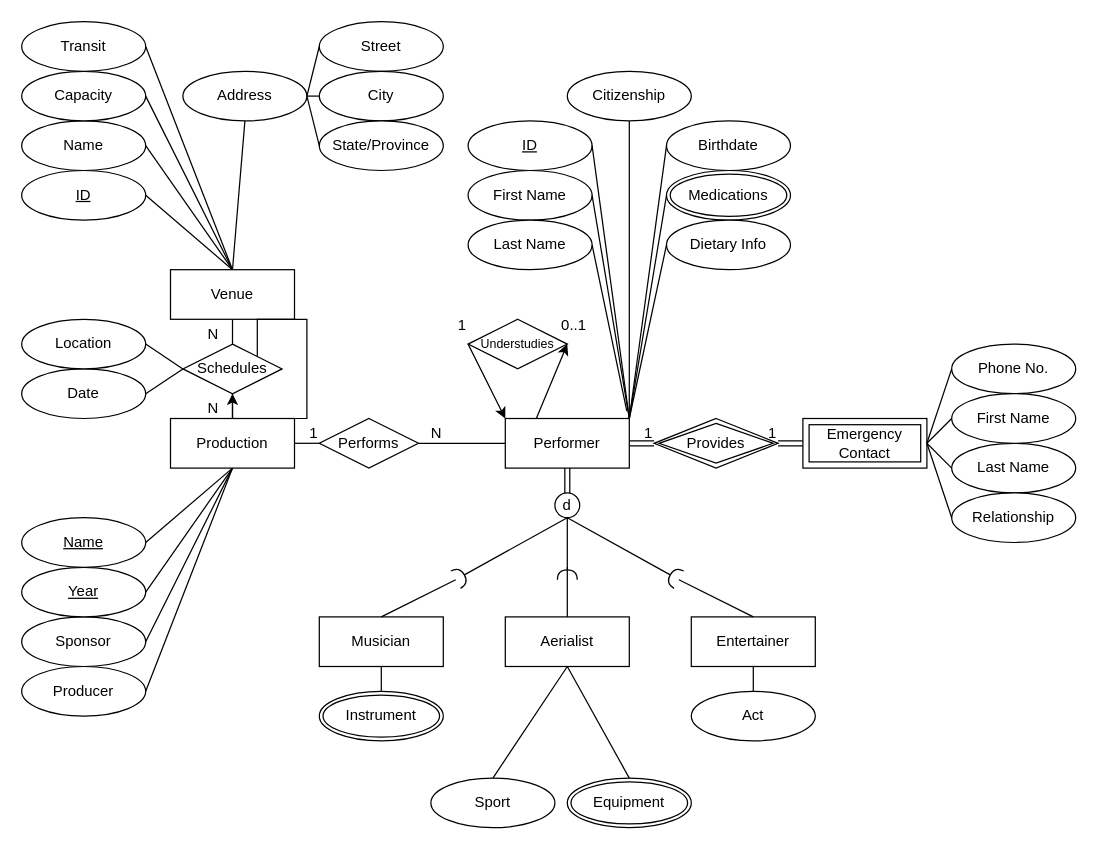
This is ER_Diagram.drawio from CA-Proc/ENSF608-Project, a draw.io file, before an edit. Source tidied: cells renumbered, new cells numbered last; positions are measured from the earlier drawing's top-left corner, leaving out a move shared by most shapes. Both pictures are drawn from the tidied source at 124%, with x=0, y=0 at pixel (21, 21).
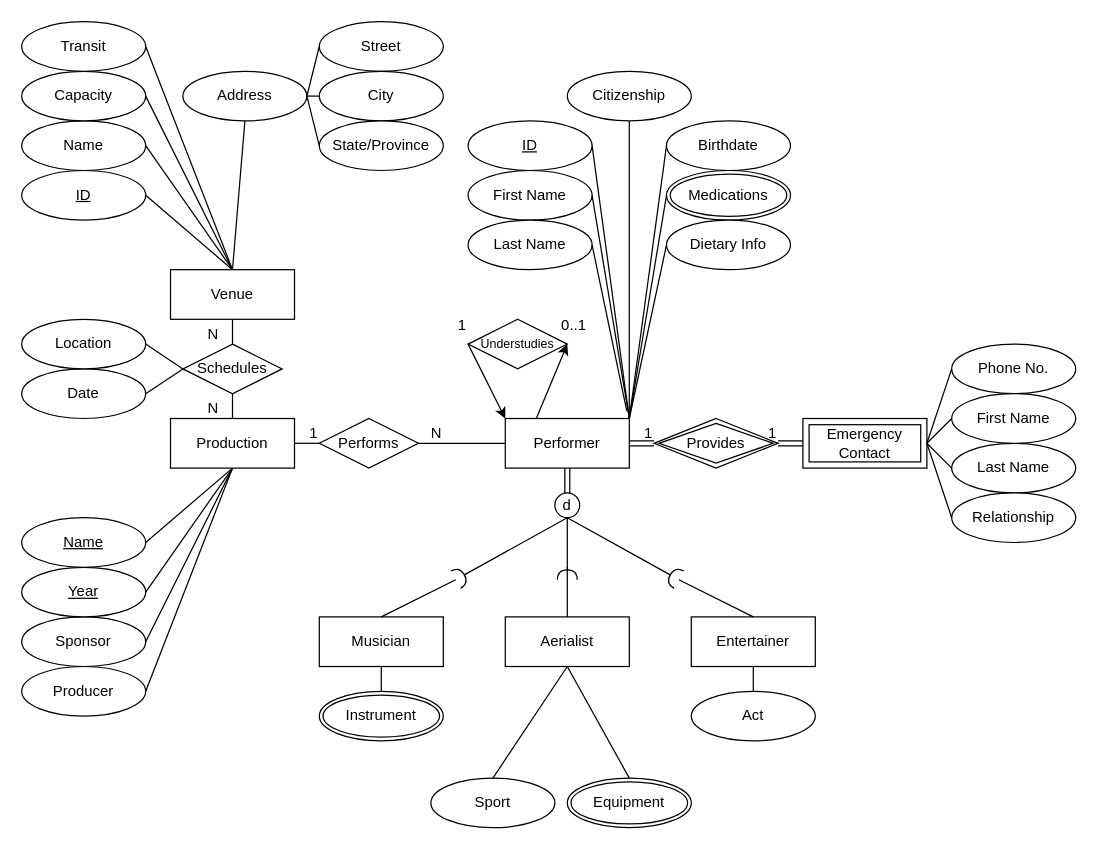
Above is the later version.

Unchanged cells that the change refers to:
```xml
<mxCell id="11" value="Schedules" style="shape=rhombus;perimeter=rhombusPerimeter;whiteSpace=wrap;html=1;align=center;" parent="1" vertex="1">
  <mxGeometry x="130" y="260" width="80" height="40" as="geometry" />
</mxCell>
```

Diff of the diagram source:
```diff
@@
-    <mxCell id="98" style="edgeStyle=orthogonalEdgeStyle;rounded=0;orthogonalLoop=1;jettySize=auto;html=1;exitX=1;exitY=0;exitDx=0;exitDy=0;" parent="1" edge="1" source="11" target="11">
-      <mxGeometry relative="1" as="geometry" />
-    </mxCell>
```
